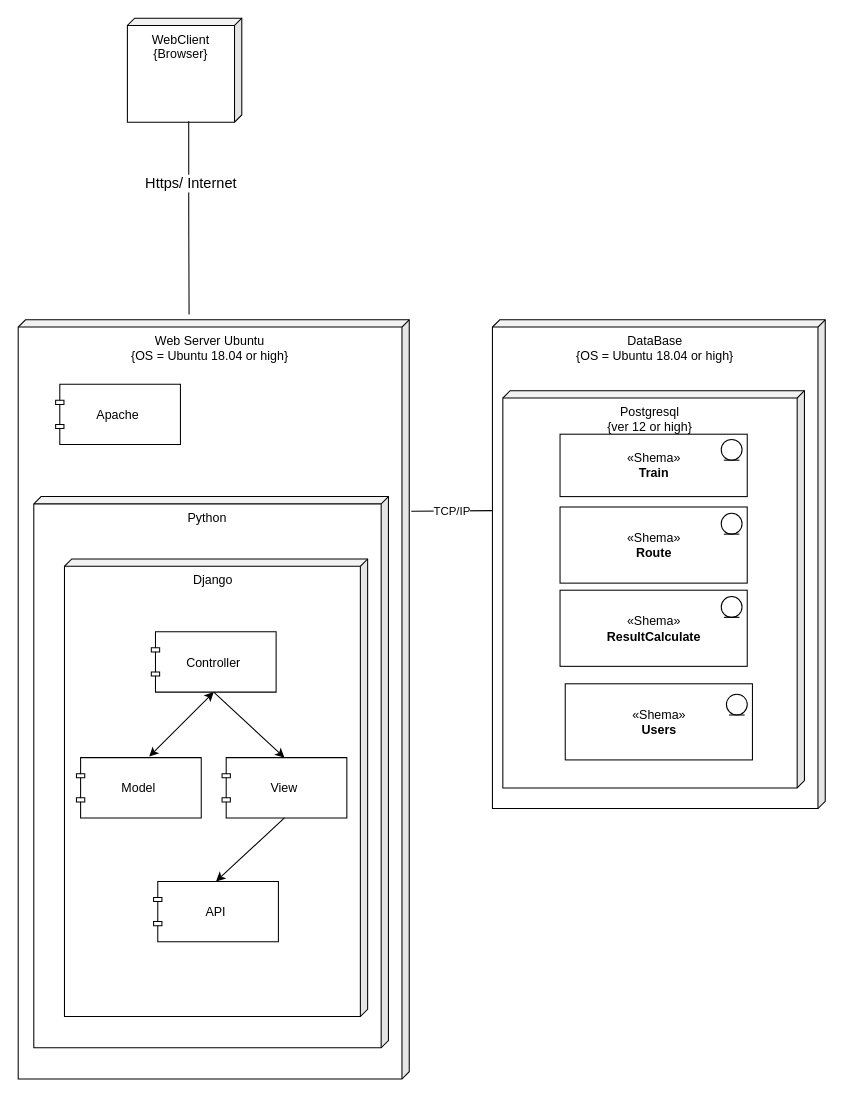
Above: Инструментальные средства проектирования  информационных систем/LabWork7/Lab8.drawio in dima-uryvskiy/Educational-Projects (draw.io), before the change. Source tidied: cells renumbered, new cells numbered last; positions are measured from the earlier drawing's top-left corner, leaving out a move shared by most shapes. Both pictures are drawn from the tidied source at 104%, with x=0, y=0 at pixel (18, 18).
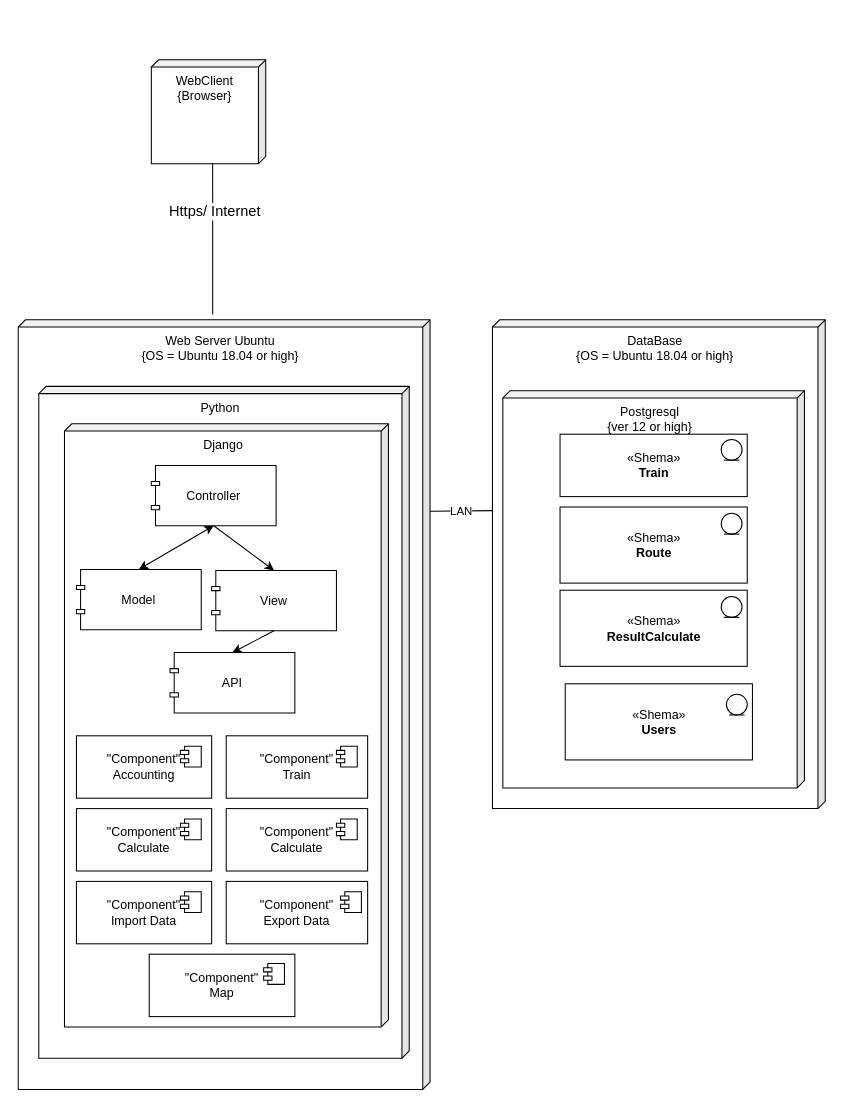
After the change.

The change refers to these unchanged cells:
```xml
<mxCell id="7" value="DataBase&lt;br&gt;{OS = Ubuntu 18.04 or high}" style="shape=cube;whiteSpace=wrap;html=1;boundedLbl=1;backgroundOutline=1;darkOpacity=0.05;darkOpacity2=0.1;size=7;flipV=0;flipH=1;verticalAlign=top;gradientColor=none;gradientDirection=east;" parent="6" vertex="1">
  <mxGeometry width="320" height="470" as="geometry" />
</mxCell>
```

The edit, as a diff of the source:
```diff
@@
     <mxCell id="2" value="WebClient&lt;br&gt;{Browser}" style="shape=cube;whiteSpace=wrap;html=1;boundedLbl=1;backgroundOutline=1;darkOpacity=0.05;darkOpacity2=0.1;size=7;flipV=0;flipH=1;verticalAlign=top;gradientColor=none;gradientDirection=east;" parent="1" vertex="1">
-      <mxGeometry x="105" width="110" height="100" as="geometry" />
+      <mxGeometry x="128" y="40" width="110" height="100" as="geometry" />
     </mxCell>
     <mxCell id="3" value="Web Server Ubuntu&lt;br&gt;{OS = Ubuntu 18.04 or high}" style="shape=cube;whiteSpace=wrap;html=1;boundedLbl=1;backgroundOutline=1;darkOpacity=0.05;darkOpacity2=0.1;size=7;flipV=0;flipH=1;verticalAlign=top;gradientColor=none;gradientDirection=east;" parent="1" vertex="1">
-      <mxGeometry y="290" width="376" height="730" as="geometry" />
+      <mxGeometry y="290" width="396" height="740" as="geometry" />
     </mxCell>
-    <mxCell id="4" value="TCP/IP" style="endArrow=none;html=1;entryX=0;entryY=0;entryDx=320;entryDy=183.49999999999997;entryPerimeter=0;" parent="1" edge="1" target="7">
+    <mxCell id="4" value="LAN" style="endArrow=none;html=1;entryX=0;entryY=0;entryDx=320;entryDy=183.49999999999997;entryPerimeter=0;" parent="1" edge="1" target="7">
       <mxGeometry relative="1" as="geometry">
-        <mxPoint x="378" y="474" as="sourcePoint" />
+        <mxPoint x="396" y="474" as="sourcePoint" />
       </mxGeometry>
     </mxCell>
@@
-    <mxCell id="22" style="endArrow=none;html=1;entryX=0.464;entryY=0.99;entryDx=0;entryDy=0;entryPerimeter=0;exitX=0.563;exitY=-0.007;exitDx=0;exitDy=0;exitPerimeter=0;" parent="1" edge="1" source="3" target="2">
+    <mxCell id="22" style="endArrow=none;html=1;entryX=0.464;entryY=0.99;entryDx=0;entryDy=0;entryPerimeter=0;" parent="1" edge="1" target="2">
       <mxGeometry relative="1" as="geometry">
+        <mxPoint x="187" y="285" as="sourcePoint" />
         <Array as="points">
-          <mxPoint x="164" y="200" />
+          <mxPoint x="187" y="200" />
         </Array>
       </mxGeometry>
     </mxCell>
@@
-    <mxCell id="24" value="Apache" style="shape=component;jettyWidth=8;jettyHeight=4;" parent="1" vertex="1">
-      <mxGeometry x="36" y="352" width="120" height="58" as="geometry" />
-    </mxCell>
     <mxCell id="25" value="Python" style="shape=cube;whiteSpace=wrap;html=1;boundedLbl=1;backgroundOutline=1;darkOpacity=0.05;darkOpacity2=0.1;size=7;flipV=0;flipH=1;verticalAlign=top;gradientColor=none;gradientDirection=east;" parent="1" vertex="1">
-      <mxGeometry x="15" y="460" width="341" height="530" as="geometry" />
+      <mxGeometry x="19.8" y="354" width="356.2" height="646" as="geometry" />
     </mxCell>
     <mxCell id="26" value="Django" style="shape=cube;whiteSpace=wrap;html=1;boundedLbl=1;backgroundOutline=1;darkOpacity=0.05;darkOpacity2=0.1;size=7;flipV=0;flipH=1;verticalAlign=top;gradientColor=none;gradientDirection=east;" parent="1" vertex="1">
-      <mxGeometry x="44.5" y="520" width="291.5" height="440" as="geometry" />
+      <mxGeometry x="44.5" y="390" width="311.5" height="580" as="geometry" />
     </mxCell>
     <mxCell id="27" value="Model" style="shape=component;jettyWidth=8;jettyHeight=4;" parent="1" vertex="1">
-      <mxGeometry x="56" y="711" width="120" height="58" as="geometry" />
+      <mxGeometry x="56" y="530" width="120" height="58" as="geometry" />
     </mxCell>
     <mxCell id="28" value="View" style="shape=component;jettyWidth=8;jettyHeight=4;" parent="1" vertex="1">
-      <mxGeometry x="196" y="711" width="120" height="58" as="geometry" />
+      <mxGeometry x="186" y="531" width="120" height="58" as="geometry" />
     </mxCell>
     <mxCell id="29" value="Controller" style="shape=component;jettyWidth=8;jettyHeight=4;" parent="1" vertex="1">
-      <mxGeometry x="128" y="590" width="120" height="58" as="geometry" />
+      <mxGeometry x="128" y="430" width="120" height="58" as="geometry" />
     </mxCell>
     <mxCell id="30" value="API" style="shape=component;jettyWidth=8;jettyHeight=4;" parent="1" vertex="1">
-      <mxGeometry x="130.2" y="830" width="120" height="58" as="geometry" />
+      <mxGeometry x="146" y="610" width="120" height="58" as="geometry" />
     </mxCell>
-    <mxCell id="31" style="endArrow=classic;startArrow=classic;html=1;entryX=0.5;entryY=1;entryDx=0;entryDy=0;" parent="1" edge="1" target="29">
-      <mxGeometry relative="1" as="geometry">
-        <mxPoint x="126" y="710" as="sourcePoint" />
-      </mxGeometry>
+    <mxCell id="31" style="endArrow=classic;startArrow=classic;html=1;entryX=0.5;entryY=1;entryDx=0;entryDy=0;exitX=0.5;exitY=0;exitDx=0;exitDy=0;" parent="1" edge="1" source="27" target="29">
+      <mxGeometry relative="1" as="geometry" />
     </mxCell>
@@
+    <mxCell id="34" value="&quot;Component&quot;&lt;br&gt;Accounting" style="rounded=0;whiteSpace=wrap;html=1;" parent="1" vertex="1">
+      <mxGeometry x="56" y="690" width="130" height="60" as="geometry" />
+    </mxCell>
+    <mxCell id="35" value="&lt;span&gt;&quot;Component&quot;&lt;/span&gt;&lt;br&gt;Train" style="rounded=0;whiteSpace=wrap;html=1;" parent="1" vertex="1">
+      <mxGeometry x="200" y="690" width="136" height="60" as="geometry" />
+    </mxCell>
+    <mxCell id="36" value="&quot;Component&quot;&lt;br&gt;Calculate" style="rounded=0;whiteSpace=wrap;html=1;" parent="1" vertex="1">
+      <mxGeometry x="56" y="760" width="130" height="60" as="geometry" />
+    </mxCell>
+    <mxCell id="37" value="&quot;Component&quot;&lt;br&gt;Calculate" style="rounded=0;whiteSpace=wrap;html=1;" parent="1" vertex="1">
+      <mxGeometry x="200" y="760" width="136" height="60" as="geometry" />
+    </mxCell>
+    <mxCell id="38" value="&quot;Component&quot;&lt;br&gt;Import Data" style="rounded=0;whiteSpace=wrap;html=1;" parent="1" vertex="1">
+      <mxGeometry x="56" y="830" width="130" height="60" as="geometry" />
+    </mxCell>
+    <mxCell id="39" value="&quot;Component&quot;&lt;br&gt;Export Data" style="rounded=0;whiteSpace=wrap;html=1;" parent="1" vertex="1">
+      <mxGeometry x="200" y="830" width="136" height="60" as="geometry" />
+    </mxCell>
+    <mxCell id="40" value="&quot;Component&quot;&lt;br&gt;Map" style="rounded=0;whiteSpace=wrap;html=1;" parent="1" vertex="1">
+      <mxGeometry x="126" y="900" width="140" height="60" as="geometry" />
+    </mxCell>
+    <mxCell id="41" style="shape=component;jettyWidth=8;jettyHeight=4;" parent="1" vertex="1">
+      <mxGeometry x="236" y="909" width="20" height="20" as="geometry" />
+    </mxCell>
+    <mxCell id="42" style="shape=component;jettyWidth=8;jettyHeight=4;" parent="1" vertex="1">
+      <mxGeometry x="156" y="700" width="20" height="20" as="geometry" />
+    </mxCell>
+    <mxCell id="43" style="shape=component;jettyWidth=8;jettyHeight=4;" parent="1" vertex="1">
+      <mxGeometry x="306" y="700" width="20" height="20" as="geometry" />
+    </mxCell>
+    <mxCell id="44" style="shape=component;jettyWidth=8;jettyHeight=4;" parent="1" vertex="1">
+      <mxGeometry x="156" y="770" width="20" height="20" as="geometry" />
+    </mxCell>
+    <mxCell id="45" style="shape=component;jettyWidth=8;jettyHeight=4;" parent="1" vertex="1">
+      <mxGeometry x="306" y="770" width="20" height="20" as="geometry" />
+    </mxCell>
+    <mxCell id="46" style="shape=component;jettyWidth=8;jettyHeight=4;" parent="1" vertex="1">
+      <mxGeometry x="156" y="840" width="20" height="20" as="geometry" />
+    </mxCell>
+    <mxCell id="47" style="shape=component;jettyWidth=8;jettyHeight=4;" parent="1" vertex="1">
+      <mxGeometry x="310" y="840" width="20" height="20" as="geometry" />
+    </mxCell>
```
